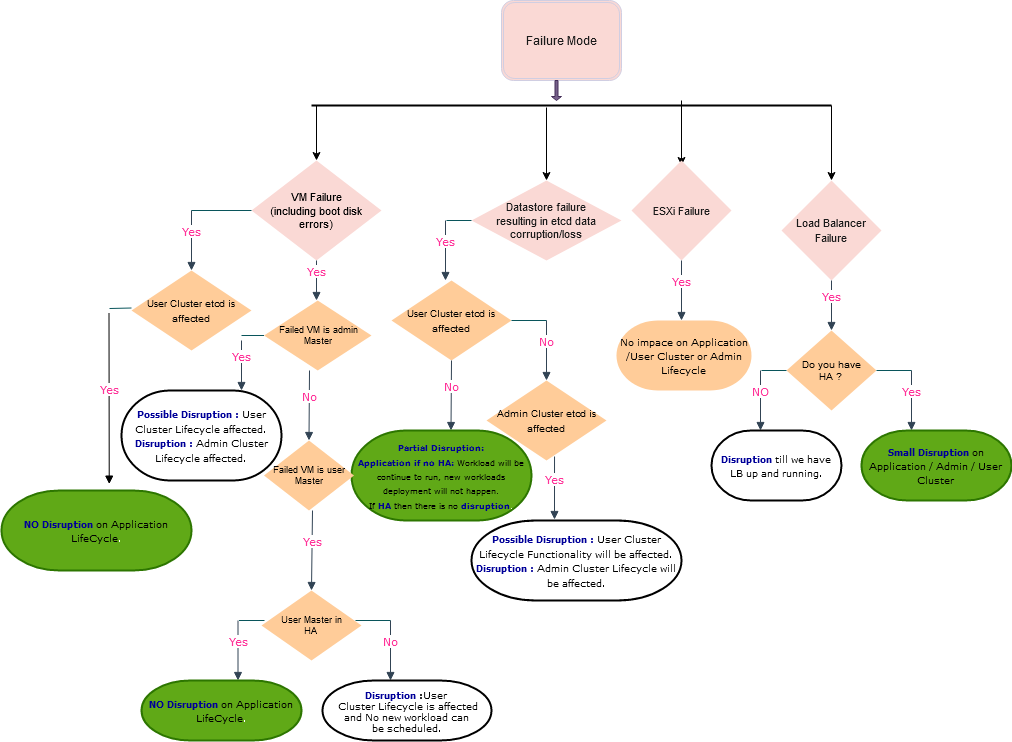
Before: Untitled Diagram.png, a diagram exported from draw.io (prabhakarmishra/test). Source tidied: cells renumbered, new cells last; positions are measured from the earlier drawing's top-left corner, leaving out a move shared by most shapes.
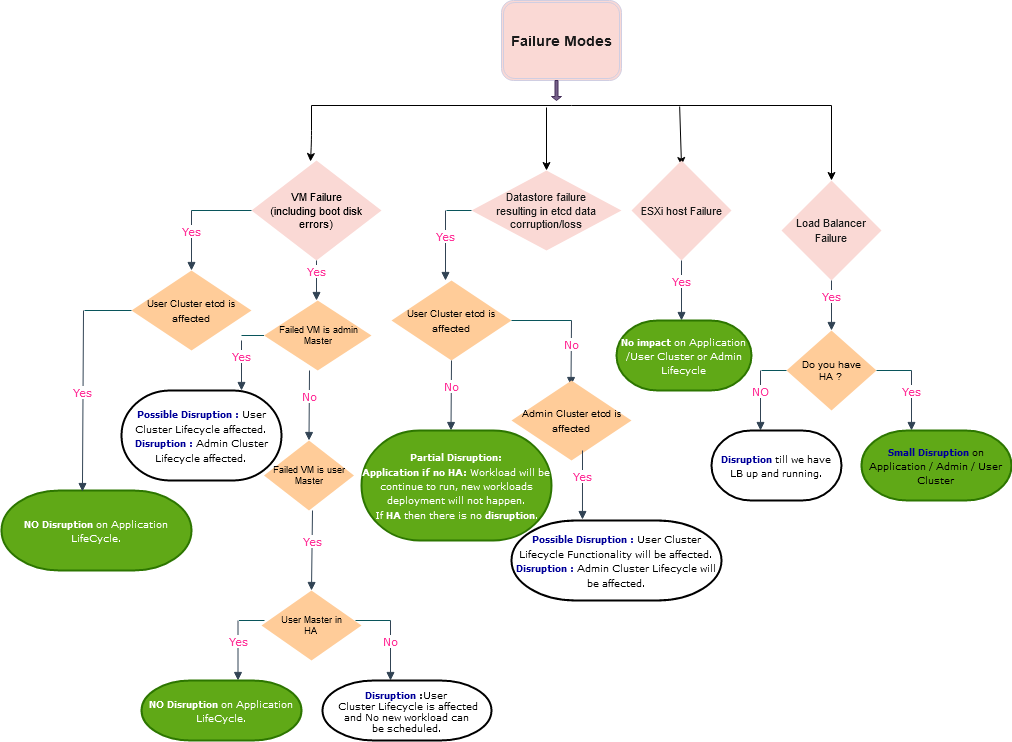
The same diagram one commit later.

Change to the diagram source:
```diff
@@ -2,24 +2,24 @@
   <root>
     <mxCell id="0" />
     <mxCell id="1" parent="0" />
-    <mxCell id="2" value="&lt;font style=&quot;font-size: 12px&quot;&gt;Failure Mode&lt;/font&gt;" style="shape=ext;double=1;rounded=1;whiteSpace=wrap;html=1;sketch=0;strokeColor=#D0CEE2;fillColor=#FAD9D5;fontColor=#1A1A1A;" parent="1" vertex="1">
+    <mxCell id="2" value="&lt;b&gt;&lt;font style=&quot;font-size: 14px&quot;&gt;Failure Modes&lt;/font&gt;&lt;/b&gt;" style="shape=ext;double=1;rounded=1;whiteSpace=wrap;html=1;sketch=0;strokeColor=#D0CEE2;fillColor=#FAD9D5;fontColor=#1A1A1A;" parent="1" vertex="1">
       <mxGeometry x="500" width="120" height="80" as="geometry" />
     </mxCell>
-    <mxCell id="3" style="line;strokeWidth=2;html=1;rounded=0;sketch=0;fillColor=#FAD9D5;fontColor=#1A1A1A;" parent="1" vertex="1">
-      <mxGeometry x="310" y="100" width="520" height="10" as="geometry" />
-    </mxCell>
-    <mxCell id="4" style="html=1;labelBackgroundColor=#ffffff;endArrow=classic;endFill=1;endSize=6;jettySize=auto;strokeWidth=1;fontSize=14;exitX=1;exitY=0.5;exitDx=0;exitDy=0;exitPerimeter=0;" parent="1" edge="1" source="3" target="10">
-      <mxGeometry relative="1" as="geometry" />
+    <mxCell id="4" style="html=1;labelBackgroundColor=#ffffff;endArrow=classic;endFill=1;endSize=6;jettySize=auto;strokeWidth=1;fontSize=14;exitX=1;exitY=0.5;exitDx=0;exitDy=0;exitPerimeter=0;" parent="1" edge="1" target="10">
+      <mxGeometry relative="1" as="geometry">
+        <mxPoint x="830" y="105" as="sourcePoint" />
+      </mxGeometry>
     </mxCell>
-    <mxCell id="5" style="html=1;labelBackgroundColor=#ffffff;endArrow=classic;endFill=1;endSize=6;jettySize=auto;orthogonalLoop=1;strokeWidth=1;fontSize=14;entryX=0.5;entryY=0;entryDx=0;entryDy=0;entryPerimeter=0;" parent="1" edge="1">
+    <mxCell id="5" style="html=1;labelBackgroundColor=#ffffff;endArrow=classic;endFill=1;endSize=6;jettySize=auto;strokeWidth=1;fontSize=14;entryX=0.454;entryY=0.01;entryDx=0;entryDy=0;entryPerimeter=0;" parent="1" edge="1" target="7">
       <mxGeometry relative="1" as="geometry">
-        <mxPoint x="315" y="105" as="sourcePoint" />
-        <mxPoint x="315" y="160" as="targetPoint" />
+        <mxPoint x="310" y="105" as="sourcePoint" />
+        <Array as="points">
+          <mxPoint x="310" y="140" />
+        </Array>
       </mxGeometry>
     </mxCell>
-    <mxCell id="6" style="html=1;labelBackgroundColor=#ffffff;endArrow=classic;endFill=1;endSize=6;jettySize=auto;orthogonalLoop=1;strokeWidth=1;fontSize=14;exitX=1;exitY=0.5;exitDx=0;exitDy=0;exitPerimeter=0;" parent="1" edge="1">
+    <mxCell id="6" style="html=1;labelBackgroundColor=#ffffff;endArrow=classic;endFill=1;endSize=6;jettySize=auto;strokeWidth=1;fontSize=14;exitX=0.708;exitY=0.6;exitDx=0;exitDy=0;exitPerimeter=0;" parent="1" edge="1" source="55">
       <mxGeometry relative="1" as="geometry">
-        <mxPoint x="680" y="100" as="sourcePoint" />
         <mxPoint x="680" y="165" as="targetPoint" />
       </mxGeometry>
     </mxCell>
@@ -27,9 +27,9 @@
       <mxGeometry x="250" y="160" width="130" height="100" as="geometry" />
     </mxCell>
     <mxCell id="8" value="&lt;div style=&quot;font-size: 11px&quot;&gt;&lt;font style=&quot;font-size: 11px&quot;&gt;Datastore failure&lt;/font&gt;&lt;/div&gt;&lt;div style=&quot;font-size: 11px&quot;&gt;&lt;font style=&quot;font-size: 11px&quot;&gt;resulting in etcd data corruption/loss&lt;br&gt;&lt;/font&gt;&lt;/div&gt;" style="strokeWidth=2;html=1;shape=mxgraph.flowchart.decision;whiteSpace=wrap;rounded=0;sketch=0;fillColor=#FAD9D5;fontColor=#1A1A1A;strokeColor=none;" parent="1" vertex="1">
-      <mxGeometry x="470" y="180" width="150" height="80" as="geometry" />
+      <mxGeometry x="470" y="170" width="150" height="80" as="geometry" />
     </mxCell>
-    <mxCell id="9" value="&lt;font style=&quot;font-size: 11px&quot;&gt;ESXi Failure&lt;/font&gt;" style="strokeWidth=2;html=1;shape=mxgraph.flowchart.decision;whiteSpace=wrap;rounded=0;sketch=0;fillColor=#FAD9D5;fontColor=#1A1A1A;strokeColor=none;" parent="1" vertex="1">
+    <mxCell id="9" value="&lt;font style=&quot;font-size: 11px&quot;&gt;ESXi host Failure&lt;/font&gt;" style="strokeWidth=2;html=1;shape=mxgraph.flowchart.decision;whiteSpace=wrap;rounded=0;sketch=0;fillColor=#FAD9D5;fontColor=#1A1A1A;strokeColor=none;" parent="1" vertex="1">
       <mxGeometry x="630" y="160" width="100" height="100" as="geometry" />
     </mxCell>
     <mxCell id="10" value="&lt;font style=&quot;font-size: 11px&quot;&gt;Load Balancer Failure&lt;/font&gt;" style="strokeWidth=2;html=1;shape=mxgraph.flowchart.decision;whiteSpace=wrap;rounded=0;sketch=0;fillColor=#FAD9D5;fontColor=#1A1A1A;strokeColor=none;" parent="1" vertex="1">
@@ -81,7 +81,7 @@
         <mxPoint x="680" y="320" as="targetPoint" />
       </mxGeometry>
     </mxCell>
-    <mxCell id="21" value="&lt;font style=&quot;font-size: 9px&quot;&gt;&lt;font style=&quot;font-size: 9px&quot;&gt;No impace on Application /User Cluster or Admin Lifecycle&lt;/font&gt;&lt;br&gt;&lt;/font&gt;" style="strokeWidth=2;html=1;shape=mxgraph.flowchart.terminator;whiteSpace=wrap;rounded=0;sketch=0;fontFamily=Verdana;fillColor=#ffcc99;strokeColor=none;" parent="1" vertex="1">
+    <mxCell id="21" value="&lt;font style=&quot;font-size: 9px&quot; color=&quot;#99FFFF&quot;&gt;&lt;font style=&quot;font-size: 9px&quot; color=&quot;#FFFFFF&quot;&gt;&lt;b&gt;No impact&lt;/b&gt; on Application /User Cluster or Admin Lifecycle&lt;/font&gt;&lt;br&gt;&lt;/font&gt;" style="strokeWidth=2;html=1;shape=mxgraph.flowchart.terminator;whiteSpace=wrap;rounded=0;sketch=0;fontFamily=Verdana;fillColor=#60a917;strokeColor=#2D7600;fontColor=#ffffff;" parent="1" vertex="1">
       <mxGeometry x="615" y="320" width="135" height="70" as="geometry" />
     </mxCell>
     <mxCell id="22" style="html=1;labelBackgroundColor=#ffffff;endArrow=classic;endFill=1;endSize=6;jettySize=auto;strokeWidth=1;fontSize=14;entryX=0.5;entryY=0;entryDx=0;entryDy=0;entryPerimeter=0;" parent="1" edge="1" target="8">
@@ -91,14 +91,13 @@
     </mxCell>
     <mxCell id="23" value="Yes" style="html=1;verticalAlign=bottom;endArrow=block;strokeColor=#314354;fontFamily=Verdana;fontColor=#FF3399;fillColor=#647687;" parent="1" edge="1">
       <mxGeometry relative="1" as="geometry">
-        <mxPoint x="444" y="220" as="sourcePoint" />
+        <mxPoint x="444" y="210" as="sourcePoint" />
         <mxPoint x="444" y="280" as="targetPoint" />
       </mxGeometry>
     </mxCell>
-    <mxCell id="24" style="endArrow=none;html=1;strokeColor=#09555B;fontFamily=Verdana;fontColor=#FF3399;entryX=0;entryY=0.5;entryDx=0;entryDy=0;entryPerimeter=0;" parent="1" edge="1">
+    <mxCell id="24" style="endArrow=none;html=1;strokeColor=#09555B;fontFamily=Verdana;fontColor=#FF3399;entryX=0;entryY=0.5;entryDx=0;entryDy=0;entryPerimeter=0;" parent="1" edge="1" target="8">
       <mxGeometry relative="1" as="geometry">
-        <mxPoint x="445" y="220" as="sourcePoint" />
-        <mxPoint x="470" y="220" as="targetPoint" />
+        <mxPoint x="445" y="210" as="sourcePoint" />
       </mxGeometry>
     </mxCell>
     <mxCell id="25" value="&lt;font style=&quot;font-size: 10px&quot;&gt;User Cluster etcd is affected&lt;br&gt;&lt;/font&gt;" style="strokeWidth=2;html=1;shape=mxgraph.flowchart.decision;whiteSpace=wrap;rounded=0;sketch=0;fillColor=#ffcc99;strokeColor=none;" parent="1" vertex="1">
@@ -106,34 +105,34 @@
     </mxCell>
     <mxCell id="26" value="No" style="html=1;verticalAlign=bottom;endArrow=block;strokeColor=#314354;fontFamily=Verdana;fontColor=#FF3399;fillColor=#647687;" parent="1" edge="1">
       <mxGeometry relative="1" as="geometry">
-        <mxPoint x="545" y="320" as="sourcePoint" />
-        <mxPoint x="545" y="380" as="targetPoint" />
+        <mxPoint x="570" y="320" as="sourcePoint" />
+        <mxPoint x="569.5" y="385" as="targetPoint" />
       </mxGeometry>
     </mxCell>
     <mxCell id="27" style="endArrow=none;html=1;strokeColor=#09555B;fontFamily=Verdana;fontColor=#FF3399;entryX=1;entryY=0.5;entryDx=0;entryDy=0;entryPerimeter=0;" parent="1" edge="1">
       <mxGeometry relative="1" as="geometry">
-        <mxPoint x="545" y="320" as="sourcePoint" />
+        <mxPoint x="570" y="320" as="sourcePoint" />
         <mxPoint x="510" y="320" as="targetPoint" />
       </mxGeometry>
     </mxCell>
     <mxCell id="28" value="&lt;font style=&quot;font-size: 10px&quot;&gt;Admin Cluster etcd is affected&lt;br&gt;&lt;/font&gt;" style="strokeWidth=2;html=1;shape=mxgraph.flowchart.decision;whiteSpace=wrap;rounded=0;sketch=0;fillColor=#ffcc99;strokeColor=none;" parent="1" vertex="1">
-      <mxGeometry x="485" y="380" width="120" height="80" as="geometry" />
+      <mxGeometry x="510" y="380" width="120" height="80" as="geometry" />
     </mxCell>
-    <mxCell id="29" value="Yes" style="html=1;verticalAlign=bottom;endArrow=block;strokeColor=#314354;fontFamily=Verdana;fontColor=#FF3399;fillColor=#647687;exitX=0.567;exitY=0.95;exitDx=0;exitDy=0;exitPerimeter=0;" parent="1" edge="1" source="28">
+    <mxCell id="29" value="Yes" style="html=1;verticalAlign=bottom;endArrow=block;strokeColor=#314354;fontFamily=Verdana;fontColor=#FF3399;fillColor=#647687;entryX=0.338;entryY=-0.012;entryDx=0;entryDy=0;entryPerimeter=0;" parent="1" edge="1" target="30">
       <mxGeometry relative="1" as="geometry">
-        <mxPoint x="553" y="519" as="targetPoint" />
+        <mxPoint x="581" y="450" as="sourcePoint" />
       </mxGeometry>
     </mxCell>
     <mxCell id="30" value="&lt;font style=&quot;font-size: 9px&quot;&gt;&lt;b&gt;&lt;font style=&quot;font-size: 9px&quot; color=&quot;#000099&quot;&gt;Possible Disruption : &lt;/font&gt;&lt;/b&gt;User Cluster Lifecycle Functionality will be affected.&lt;br&gt;&lt;font style=&quot;font-size: 9px&quot; color=&quot;#000099&quot;&gt;&lt;b&gt;Disruption :&lt;/b&gt;&lt;/font&gt; Admin Cluster Lifecycle will be affected.&lt;font style=&quot;font-size: 9px&quot;&gt;&lt;br&gt;&lt;/font&gt;&lt;/font&gt;" style="strokeWidth=2;html=1;shape=mxgraph.flowchart.terminator;whiteSpace=wrap;rounded=0;sketch=0;fontFamily=Verdana;" parent="1" vertex="1">
-      <mxGeometry x="470" y="520" width="210" height="80" as="geometry" />
+      <mxGeometry x="510" y="520" width="210" height="80" as="geometry" />
     </mxCell>
     <mxCell id="31" value="No" style="html=1;verticalAlign=bottom;endArrow=block;strokeColor=#314354;fontFamily=Verdana;fontColor=#FF3399;fillColor=#647687;exitX=0.5;exitY=1;exitDx=0;exitDy=0;exitPerimeter=0;" parent="1" edge="1" source="25">
       <mxGeometry relative="1" as="geometry">
         <mxPoint x="449.5" y="430" as="targetPoint" />
       </mxGeometry>
     </mxCell>
-    <mxCell id="32" value="&lt;font style=&quot;font-size: 8px&quot;&gt;&lt;b&gt;&lt;font style=&quot;font-size: 8px&quot; color=&quot;#000099&quot;&gt;Partial Disruption: &lt;/font&gt;&lt;/b&gt;&lt;br&gt;&lt;font style=&quot;font-size: 8px&quot; color=&quot;#000099&quot;&gt;&lt;b&gt;Application if no HA:&lt;/b&gt;&lt;/font&gt; &lt;font color=&quot;#000000&quot;&gt;Workload will be continue to run, new workloads deployment will not happen.&lt;br&gt;If&lt;/font&gt; &lt;b&gt;&lt;font style=&quot;font-size: 8px&quot; color=&quot;#000099&quot;&gt;HA &lt;/font&gt;&lt;/b&gt;&lt;font color=&quot;#000000&quot;&gt;then there is no&lt;/font&gt; &lt;b&gt;&lt;font style=&quot;font-size: 8px&quot; color=&quot;#000099&quot;&gt;disruption&lt;/font&gt;&lt;/b&gt;.&lt;/font&gt;" style="strokeWidth=2;html=1;shape=mxgraph.flowchart.terminator;whiteSpace=wrap;rounded=0;sketch=0;fontFamily=Verdana;fillColor=#60a917;strokeColor=#2D7600;fontColor=#ffffff;" parent="1" vertex="1">
-      <mxGeometry x="350" y="430" width="180" height="90" as="geometry" />
+    <mxCell id="32" value="&lt;font style=&quot;font-size: 9px&quot; color=&quot;#FFFFFF&quot;&gt;&lt;b&gt;&lt;font style=&quot;font-size: 9px&quot;&gt;Partial Disruption: &lt;/font&gt;&lt;/b&gt;&lt;br&gt;&lt;font style=&quot;font-size: 9px&quot;&gt;&lt;b&gt;Application if no HA:&lt;/b&gt;&lt;/font&gt; &lt;font style=&quot;font-size: 9px&quot;&gt;Workload will be continue to run, new workloads deployment will not happen.&lt;br&gt;If&lt;/font&gt; &lt;b&gt;&lt;font style=&quot;font-size: 9px&quot;&gt;HA &lt;/font&gt;&lt;/b&gt;&lt;font style=&quot;font-size: 9px&quot;&gt;then there is no&lt;/font&gt; &lt;b&gt;&lt;font style=&quot;font-size: 9px&quot;&gt;disruption&lt;/font&gt;&lt;/b&gt;.&lt;/font&gt;" style="strokeWidth=2;html=1;shape=mxgraph.flowchart.terminator;whiteSpace=wrap;rounded=0;sketch=0;fontFamily=Verdana;fillColor=#60a917;strokeColor=#2D7600;fontColor=#ffffff;" parent="1" vertex="1">
+      <mxGeometry x="360" y="430" width="190" height="110" as="geometry" />
     </mxCell>
     <mxCell id="33" value="&lt;div style=&quot;font-size: 9px&quot;&gt;&lt;font style=&quot;font-size: 9px&quot;&gt;Failed VM is admin&lt;/font&gt;&lt;/div&gt;&lt;div style=&quot;font-size: 9px&quot;&gt;&lt;font style=&quot;font-size: 9px&quot;&gt;Master&lt;br&gt;&lt;/font&gt;&lt;/div&gt;" style="strokeWidth=2;html=1;shape=mxgraph.flowchart.decision;whiteSpace=wrap;rounded=0;sketch=0;fillColor=#ffcc99;strokeColor=none;" parent="1" vertex="1">
       <mxGeometry x="262.5" y="300" width="107.5" height="70" as="geometry" />
@@ -186,18 +185,7 @@
     <mxCell id="43" value="&lt;div style=&quot;font-size: 9px&quot;&gt;&lt;font style=&quot;font-size: 9px&quot;&gt;User Master in&lt;/font&gt;&lt;/div&gt;&lt;div style=&quot;font-size: 9px&quot;&gt;&lt;font style=&quot;font-size: 9px&quot;&gt;HA&lt;br&gt;&lt;/font&gt;&lt;/div&gt;" style="strokeWidth=2;html=1;shape=mxgraph.flowchart.decision;whiteSpace=wrap;rounded=0;sketch=0;fillColor=#ffcc99;strokeColor=none;" parent="1" vertex="1">
       <mxGeometry x="260" y="590" width="100" height="70" as="geometry" />
     </mxCell>
-    <mxCell id="44" value="Yes" style="html=1;verticalAlign=bottom;endArrow=block;fontFamily=Verdana;fontColor=#FF3399;fillColor=#647687;entryX=0.567;entryY=-0.08;entryDx=0;entryDy=0;entryPerimeter=0;rounded=0;" parent="1" edge="1" target="46">
-      <mxGeometry relative="1" as="geometry">
-        <mxPoint x="107.5" y="312.5" as="sourcePoint" />
-      </mxGeometry>
-    </mxCell>
-    <mxCell id="45" style="endArrow=none;html=1;strokeColor=#09555B;fontFamily=Verdana;fontColor=#FF3399;entryX=0;entryY=0.5;entryDx=0;entryDy=0;entryPerimeter=0;" parent="1" edge="1">
-      <mxGeometry relative="1" as="geometry">
-        <mxPoint x="108" y="308" as="sourcePoint" />
-        <mxPoint x="130" y="307.5" as="targetPoint" />
-      </mxGeometry>
-    </mxCell>
-    <mxCell id="46" value="&lt;font style=&quot;font-size: 9px&quot;&gt;&lt;font style=&quot;font-size: 9px&quot; color=&quot;#000099&quot;&gt;&lt;b&gt;&lt;font style=&quot;font-size: 9px&quot;&gt;&lt;b&gt;&lt;font style=&quot;font-size: 9px&quot; color=&quot;#000099&quot;&gt;NO Disruption &lt;/font&gt;&lt;/b&gt;&lt;/font&gt;&lt;/b&gt;&lt;font style=&quot;font-size: 9px&quot; color=&quot;#000000&quot;&gt;&lt;font style=&quot;font-size: 9px&quot;&gt;on Application LifeCycle&lt;/font&gt;&lt;/font&gt;&lt;/font&gt;.&lt;br&gt;&lt;/font&gt;" style="strokeWidth=2;html=1;shape=mxgraph.flowchart.terminator;whiteSpace=wrap;rounded=0;sketch=0;fontFamily=Verdana;fillColor=#60a917;strokeColor=#2D7600;fontColor=#ffffff;" parent="1" vertex="1">
+    <mxCell id="46" value="&lt;font style=&quot;font-size: 9px&quot;&gt;&lt;font style=&quot;font-size: 9px&quot;&gt;&lt;b&gt;&lt;font style=&quot;font-size: 9px&quot;&gt;&lt;b&gt;&lt;font style=&quot;font-size: 9px&quot;&gt;NO Disruption &lt;/font&gt;&lt;/b&gt;&lt;/font&gt;&lt;/b&gt;&lt;font style=&quot;font-size: 9px&quot;&gt;&lt;font style=&quot;font-size: 9px&quot;&gt;on Application LifeCycle&lt;/font&gt;&lt;/font&gt;&lt;/font&gt;.&lt;br&gt;&lt;/font&gt;" style="strokeWidth=2;html=1;shape=mxgraph.flowchart.terminator;whiteSpace=wrap;rounded=0;sketch=0;fontFamily=Verdana;fillColor=#60a917;strokeColor=#2D7600;fontColor=#ffffff;" parent="1" vertex="1">
       <mxGeometry y="490" width="190" height="80" as="geometry" />
     </mxCell>
     <mxCell id="47" value="&lt;font style=&quot;font-size: 9px&quot;&gt;&lt;b&gt;&lt;font style=&quot;font-size: 9px&quot; color=&quot;#000099&quot;&gt;Possible Disruption : &lt;/font&gt;&lt;/b&gt;User Cluster Lifecycle affected.&lt;br&gt;&lt;font style=&quot;font-size: 9px&quot; color=&quot;#000099&quot;&gt;&lt;b&gt;Disruption :&lt;/b&gt;&lt;/font&gt; Admin Cluster Lifecycle affected.&lt;font style=&quot;font-size: 9px&quot;&gt;&lt;br&gt;&lt;/font&gt;&lt;/font&gt;" style="strokeWidth=2;html=1;shape=mxgraph.flowchart.terminator;whiteSpace=wrap;rounded=0;sketch=0;fontFamily=Verdana;" parent="1" vertex="1">
@@ -227,11 +215,24 @@
         <mxPoint x="263" y="620" as="targetPoint" />
       </mxGeometry>
     </mxCell>
-    <mxCell id="52" value="&lt;font style=&quot;font-size: 9px&quot;&gt;&lt;font style=&quot;font-size: 9px&quot; color=&quot;#000099&quot;&gt;&lt;b&gt;&lt;font style=&quot;font-size: 9px&quot;&gt;&lt;b&gt;&lt;font style=&quot;font-size: 9px&quot; color=&quot;#000099&quot;&gt;NO Disruption &lt;/font&gt;&lt;/b&gt;&lt;/font&gt;&lt;/b&gt;&lt;font style=&quot;font-size: 9px&quot; color=&quot;#000000&quot;&gt;&lt;font style=&quot;font-size: 9px&quot;&gt;on Application LifeCycle&lt;/font&gt;&lt;/font&gt;&lt;/font&gt;.&lt;br&gt;&lt;/font&gt;" style="strokeWidth=2;html=1;shape=mxgraph.flowchart.terminator;whiteSpace=wrap;rounded=0;sketch=0;fontFamily=Verdana;fillColor=#60a917;strokeColor=#2D7600;fontColor=#ffffff;" parent="1" vertex="1">
+    <mxCell id="52" value="&lt;font style=&quot;font-size: 9px&quot; color=&quot;#FFFFFF&quot;&gt;&lt;font style=&quot;font-size: 9px&quot;&gt;&lt;b&gt;&lt;font style=&quot;font-size: 9px&quot;&gt;&lt;b&gt;&lt;font style=&quot;font-size: 9px&quot;&gt;NO Disruption &lt;/font&gt;&lt;/b&gt;&lt;/font&gt;&lt;/b&gt;&lt;font style=&quot;font-size: 9px&quot;&gt;&lt;font style=&quot;font-size: 9px&quot;&gt;on Application LifeCycle&lt;/font&gt;&lt;/font&gt;&lt;/font&gt;.&lt;br&gt;&lt;/font&gt;" style="strokeWidth=2;html=1;shape=mxgraph.flowchart.terminator;whiteSpace=wrap;rounded=0;sketch=0;fontFamily=Verdana;fillColor=#60a917;strokeColor=#2D7600;fontColor=#ffffff;" parent="1" vertex="1">
       <mxGeometry x="140" y="680" width="160" height="60" as="geometry" />
     </mxCell>
     <mxCell id="53" value="&lt;font style=&quot;font-size: 9px&quot;&gt;&lt;font style=&quot;font-size: 9px&quot; color=&quot;#000099&quot;&gt;&lt;b&gt;&lt;font style=&quot;font-size: 9px&quot;&gt;&lt;b&gt;&lt;font style=&quot;font-size: 9px&quot; color=&quot;#000099&quot;&gt;Disruption &lt;font style=&quot;font-size: 9px&quot; color=&quot;#000000&quot;&gt;:&lt;/font&gt;&lt;/font&gt;&lt;/b&gt;&lt;/font&gt;&lt;/b&gt;&lt;font style=&quot;font-size: 9px&quot; color=&quot;#000000&quot;&gt;&lt;font style=&quot;font-size: 9px&quot;&gt;User&lt;/font&gt;&lt;/font&gt;&lt;/font&gt;&lt;br&gt;&lt;/font&gt;&lt;div style=&quot;font-size: 9px&quot;&gt;&lt;font style=&quot;font-size: 9px&quot;&gt;&amp;nbsp;Cluster Lifecycle is affected&lt;/font&gt;&lt;/div&gt;&lt;div style=&quot;font-size: 9px&quot;&gt;&lt;font style=&quot;font-size: 9px&quot;&gt;and No new workload can&lt;/font&gt;&lt;/div&gt;&lt;div style=&quot;font-size: 9px&quot;&gt;&lt;font style=&quot;font-size: 9px&quot;&gt;be scheduled.&lt;/font&gt;&lt;br&gt;&lt;/div&gt;" style="strokeWidth=2;html=1;shape=mxgraph.flowchart.terminator;whiteSpace=wrap;rounded=0;sketch=0;fontFamily=Verdana;" parent="1" vertex="1">
       <mxGeometry x="321" y="680" width="169" height="60" as="geometry" />
     </mxCell>
+    <mxCell id="44" value="Yes" style="html=1;verticalAlign=bottom;endArrow=block;strokeColor=#314354;fontFamily=Verdana;fontColor=#FF3399;fillColor=#647687;entryX=0.426;entryY=0.013;entryDx=0;entryDy=0;entryPerimeter=0;" parent="1" edge="1" target="46">
+      <mxGeometry relative="1" as="geometry">
+        <mxPoint x="82" y="310" as="sourcePoint" />
+      </mxGeometry>
+    </mxCell>
+    <mxCell id="54" style="endArrow=none;html=1;strokeColor=#09555B;fontFamily=Verdana;fontColor=#FF3399;entryX=0;entryY=0.5;entryDx=0;entryDy=0;entryPerimeter=0;" parent="1" edge="1" target="37">
+      <mxGeometry relative="1" as="geometry">
+        <mxPoint x="83" y="310" as="sourcePoint" />
+      </mxGeometry>
+    </mxCell>
+    <mxCell id="55" style="line;strokeWidth=1;dashed=0;labelPosition=right;align=left;verticalAlign=middle;spacingTop=0;spacingLeft=6;points=[];portConstraint=eastwest;rounded=0;sketch=0;fontFamily=Verdana;fontColor=#FF3399;html=0;" parent="1" vertex="1">
+      <mxGeometry x="310" y="100" width="520" height="10" as="geometry" />
+    </mxCell>
   </root>
 </mxGraphModel>
```
